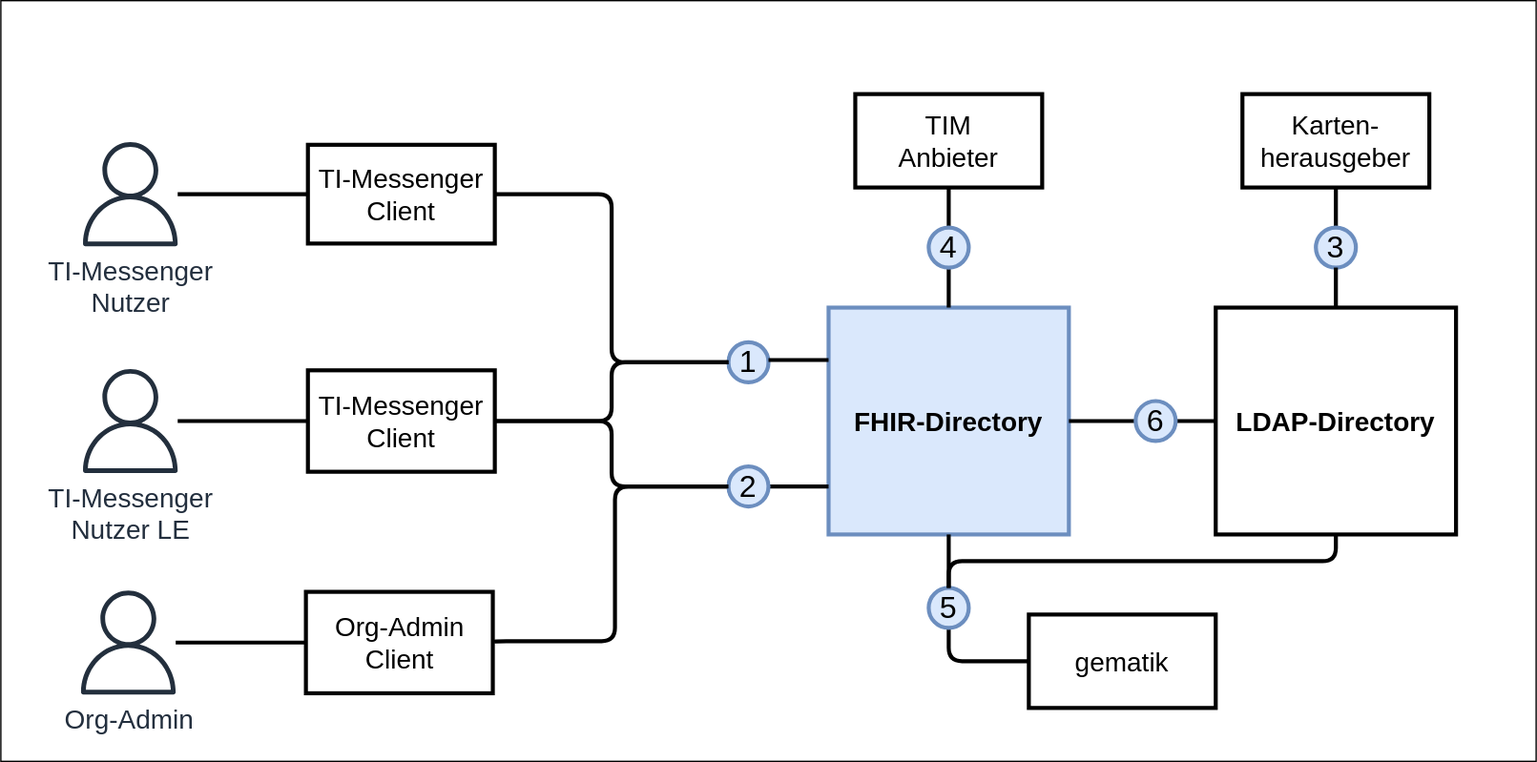
Above: images/FHIR-Directory_Systemkontext.svg in gematik/api-vzd (draw.io), before the change. Source tidied: cells renumbered, new cells last; positions are measured from the earlier drawing's top-left corner, leaving out a move shared by most shapes.
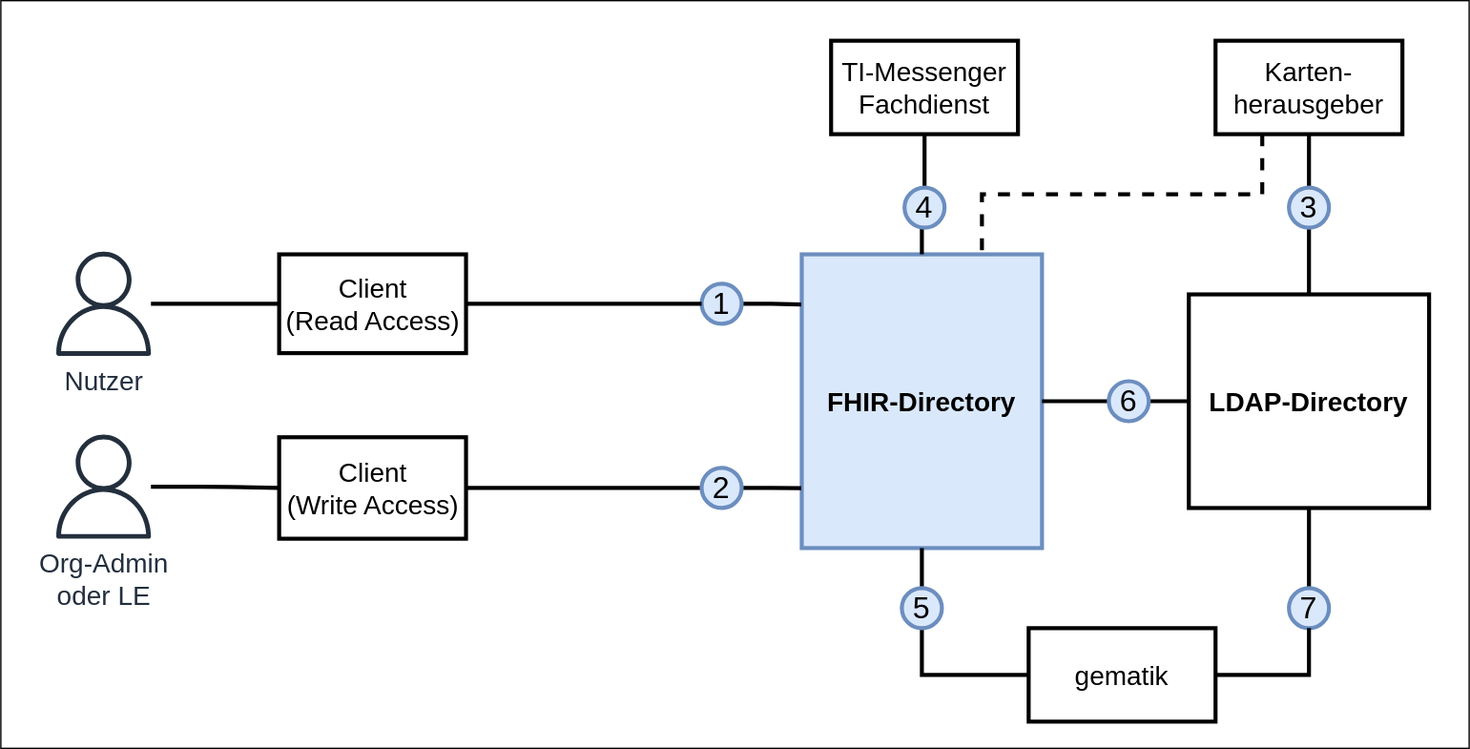
After the change.

Diff of the diagram source:
```diff
@@ -3,10 +3,10 @@
     <mxCell id="0" />
     <mxCell id="1" parent="0" />
     <mxCell id="2" style="rounded=0;whiteSpace=wrap;html=1;fontSize=16;strokeWidth=1;fillColor=none;" parent="1" vertex="1">
-      <mxGeometry width="1150" height="570" as="geometry" />
+      <mxGeometry x="20" y="20" width="1100" height="560" as="geometry" />
     </mxCell>
     <mxCell id="3" value="LDAP-Directory" style="rounded=0;whiteSpace=wrap;html=1;fillColor=#FFFFFF;strokeColor=#000000;strokeWidth=3;fontSize=20;fontStyle=1;" parent="1" vertex="1">
-      <mxGeometry x="910" y="230" width="180" height="170" as="geometry" />
+      <mxGeometry x="910" y="240" width="180" height="160" as="geometry" />
     </mxCell>
     <mxCell id="4" style="edgeStyle=orthogonalEdgeStyle;rounded=0;jettySize=auto;html=1;" parent="1" edge="1" source="5">
       <mxGeometry relative="1" as="geometry">
@@ -18,20 +18,14 @@
       </mxGeometry>
     </mxCell>
     <mxCell id="5" value="FHIR-Directory" style="rounded=0;whiteSpace=wrap;html=1;fillColor=#dae8fc;strokeColor=#6c8ebf;strokeWidth=3;fontSize=20;fontStyle=1;" parent="1" vertex="1">
-      <mxGeometry x="620" y="230" width="180" height="170" as="geometry" />
+      <mxGeometry x="620" y="210" width="180" height="220" as="geometry" />
     </mxCell>
     <mxCell id="6" style="edgeStyle=orthogonalEdgeStyle;curved=1;jettySize=auto;html=1;exitX=1;exitY=0.5;exitDx=0;exitDy=0;entryX=0;entryY=0.5;entryDx=0;entryDy=0;fontSize=16;endArrow=none;endFill=0;strokeWidth=3;fontStyle=0;" parent="1" edge="1" source="5" target="18">
       <mxGeometry relative="1" as="geometry" />
     </mxCell>
-    <mxCell id="7" value="TI-Messenger Client" style="rounded=0;whiteSpace=wrap;html=1;strokeWidth=3;fontSize=20;fontStyle=0;" parent="1" vertex="1">
-      <mxGeometry x="230" y="108" width="140" height="74" as="geometry" />
+    <mxCell id="7" value="Client&lt;br&gt;(Read Access)" style="rounded=0;whiteSpace=wrap;html=1;strokeWidth=3;fontSize=20;fontStyle=0;" parent="1" vertex="1">
+      <mxGeometry x="228.5" y="210" width="140" height="74" as="geometry" />
     </mxCell>
-    <mxCell id="8" style="edgeStyle=orthogonalEdgeStyle;jettySize=auto;html=1;exitX=1;exitY=0.5;exitDx=0;exitDy=0;entryX=0;entryY=0.5;entryDx=0;entryDy=0;fontSize=23;fontColor=#999999;endArrow=none;endFill=0;strokeColor=#000000;strokeWidth=3;rounded=1;" parent="1" edge="1" source="9" target="20">
-      <mxGeometry relative="1" as="geometry" />
-    </mxCell>
-    <mxCell id="9" value="TI-Messenger Client" style="rounded=0;whiteSpace=wrap;html=1;strokeWidth=3;fontSize=20;fontStyle=0;" parent="1" vertex="1">
-      <mxGeometry x="230" y="277" width="140" height="76" as="geometry" />
-    </mxCell>
     <mxCell id="10" style="edgeStyle=orthogonalEdgeStyle;curved=1;orthogonalLoop=1;jettySize=auto;html=1;exitX=1;exitY=0.5;exitDx=0;exitDy=0;entryX=0;entryY=0.5;entryDx=0;entryDy=0;fontSize=16;endArrow=none;endFill=0;strokeWidth=3;fontStyle=0;" parent="1" edge="1">
       <mxGeometry relative="1" as="geometry">
         <mxPoint x="1047" y="315" as="sourcePoint" />
@@ -42,36 +36,32 @@
         <mxPoint x="1047" y="225" as="sourcePoint" />
       </mxGeometry>
     </mxCell>
-    <mxCell id="12" style="edgeStyle=orthogonalEdgeStyle;rounded=1;jettySize=auto;html=1;entryX=0;entryY=0.5;entryDx=0;entryDy=0;fontSize=23;fontColor=#999999;endArrow=none;endFill=0;strokeColor=#000000;strokeWidth=3;" parent="1" edge="1" source="13" target="9">
-      <mxGeometry relative="1" as="geometry" />
-    </mxCell>
-    <mxCell id="13" value="TI-Messenger&lt;br&gt;Nutzer LE" style="sketch=0;outlineConnect=0;fontColor=#232F3E;gradientColor=none;fillColor=#232F3D;strokeColor=none;dashed=0;verticalLabelPosition=bottom;verticalAlign=top;align=center;html=1;fontSize=20;fontStyle=0;shape=mxgraph.aws4.user;" parent="1" vertex="1">
-      <mxGeometry x="58" y="276" width="78" height="78" as="geometry" />
-    </mxCell>
     <mxCell id="14" style="edgeStyle=orthogonalEdgeStyle;jettySize=auto;html=1;entryX=0.5;entryY=0;entryDx=0;entryDy=0;fontSize=20;endArrow=none;endFill=0;exitX=0.5;exitY=1;exitDx=0;exitDy=0;strokeWidth=3;fontStyle=0;rounded=1;" parent="1" edge="1" source="23" target="16">
       <mxGeometry relative="1" as="geometry" />
     </mxCell>
     <mxCell id="15" style="edgeStyle=orthogonalEdgeStyle;jettySize=auto;html=1;exitX=0.5;exitY=1;exitDx=0;exitDy=0;entryX=0.5;entryY=0;entryDx=0;entryDy=0;fontSize=16;endArrow=none;endFill=0;strokeWidth=3;fontStyle=0;rounded=1;" parent="1" edge="1" source="24" target="22">
       <mxGeometry relative="1" as="geometry" />
     </mxCell>
+    <mxCell id="41" style="edgeStyle=orthogonalEdgeStyle;rounded=0;jettySize=auto;html=1;entryX=0.5;entryY=0;entryDx=0;entryDy=0;endArrow=none;endFill=0;strokeWidth=3;" parent="1" edge="1" source="16" target="3">
+      <mxGeometry relative="1" as="geometry" />
+    </mxCell>
     <mxCell id="16" value="3" style="ellipse;whiteSpace=wrap;html=1;fontSize=23;strokeWidth=3;fontStyle=0;fillColor=#dae8fc;strokeColor=#6c8ebf;" parent="1" vertex="1">
-      <mxGeometry x="985" y="170" width="30" height="30" as="geometry" />
+      <mxGeometry x="985" y="160" width="30" height="30" as="geometry" />
     </mxCell>
-    <mxCell id="17" style="edgeStyle=orthogonalEdgeStyle;curved=1;jettySize=auto;html=1;exitX=1;exitY=0.5;exitDx=0;exitDy=0;entryX=0;entryY=0.5;entryDx=0;entryDy=0;fontSize=16;endArrow=none;endFill=0;strokeWidth=3;fontStyle=0;" parent="1" edge="1" source="18">
-      <mxGeometry relative="1" as="geometry">
-        <mxPoint x="910" y="315" as="targetPoint" />
-      </mxGeometry>
+    <mxCell id="17" style="edgeStyle=orthogonalEdgeStyle;curved=1;jettySize=auto;html=1;exitX=1;exitY=0.5;exitDx=0;exitDy=0;entryX=0;entryY=0.5;entryDx=0;entryDy=0;fontSize=16;endArrow=none;endFill=0;strokeWidth=3;fontStyle=0;" parent="1" edge="1" source="18" target="3">
+      <mxGeometry relative="1" as="geometry" />
     </mxCell>
     <mxCell id="18" value="6" style="ellipse;whiteSpace=wrap;html=1;fontSize=23;strokeWidth=3;fontStyle=0;fillColor=#dae8fc;strokeColor=#6c8ebf;" parent="1" vertex="1">
-      <mxGeometry x="850" y="300" width="30" height="30" as="geometry" />
+      <mxGeometry x="850" y="305" width="30" height="30" as="geometry" />
     </mxCell>
-    <mxCell id="19" style="edgeStyle=orthogonalEdgeStyle;curved=1;jettySize=auto;html=1;entryX=0;entryY=0.5;entryDx=0;entryDy=0;fontSize=16;endArrow=none;endFill=0;strokeWidth=3;fontStyle=0;" parent="1" edge="1" source="20">
-      <mxGeometry relative="1" as="geometry">
-        <mxPoint x="620" y="364" as="targetPoint" />
-      </mxGeometry>
-    </mxCell>
+    <mxCell id="42" style="edgeStyle=orthogonalEdgeStyle;rounded=0;jettySize=auto;html=1;entryX=-0.002;entryY=0.796;entryDx=0;entryDy=0;entryPerimeter=0;endArrow=none;endFill=0;strokeWidth=3;" parent="1" edge="1" source="20" target="5">
+      <mxGeometry relative="1" as="geometry" />
+    </mxCell>
+    <mxCell id="43" style="edgeStyle=orthogonalEdgeStyle;rounded=0;jettySize=auto;html=1;exitX=0;exitY=0.5;exitDx=0;exitDy=0;entryX=1;entryY=0.5;entryDx=0;entryDy=0;endArrow=none;endFill=0;strokeWidth=3;" parent="1" edge="1" source="20" target="37">
+      <mxGeometry relative="1" as="geometry" />
+    </mxCell>
     <mxCell id="20" value="&lt;font style=&quot;font-size: 23px&quot;&gt;&lt;span style=&quot;font-size: 23px&quot;&gt;2&lt;/span&gt;&lt;/font&gt;" style="ellipse;whiteSpace=wrap;html=1;fontSize=23;strokeWidth=3;fillColor=#dae8fc;strokeColor=#6c8ebf;fontStyle=0;" parent="1" vertex="1">
-      <mxGeometry x="545" y="349" width="30" height="30" as="geometry" />
+      <mxGeometry x="545" y="370" width="30" height="30" as="geometry" />
     </mxCell>
     <mxCell id="21" style="edgeStyle=orthogonalEdgeStyle;jettySize=auto;html=1;exitX=0.5;exitY=1;exitDx=0;exitDy=0;entryX=0.5;entryY=0;entryDx=0;entryDy=0;fontSize=20;endArrow=none;endFill=0;strokeWidth=3;fontStyle=0;rounded=1;" parent="1" edge="1" source="22" target="5">
       <mxGeometry relative="1" as="geometry">
@@ -81,90 +71,61 @@
       </mxGeometry>
     </mxCell>
     <mxCell id="22" value="4" style="ellipse;whiteSpace=wrap;html=1;fontSize=23;strokeWidth=3;fontStyle=0;fillColor=#dae8fc;strokeColor=#6c8ebf;" parent="1" vertex="1">
-      <mxGeometry x="695" y="170" width="30" height="30" as="geometry" />
+      <mxGeometry x="697" y="160" width="30" height="30" as="geometry" />
     </mxCell>
+    <mxCell id="44" style="edgeStyle=orthogonalEdgeStyle;rounded=0;jettySize=auto;html=1;exitX=0.25;exitY=1;exitDx=0;exitDy=0;entryX=0.75;entryY=0;entryDx=0;entryDy=0;endArrow=none;endFill=0;strokeWidth=3;dashed=1;" parent="1" edge="1" source="23" target="5">
+      <mxGeometry relative="1" as="geometry" />
+    </mxCell>
     <mxCell id="23" value="Karten-&lt;br style=&quot;font-size: 20px;&quot;&gt;herausgeber" style="rounded=0;whiteSpace=wrap;html=1;strokeWidth=3;fontSize=20;fontStyle=0;strokeColor=#000000;" parent="1" vertex="1">
-      <mxGeometry x="930" y="70" width="140" height="70" as="geometry" />
+      <mxGeometry x="930" y="50" width="140" height="70" as="geometry" />
     </mxCell>
-    <mxCell id="24" value="TIM&lt;br style=&quot;font-size: 20px&quot;&gt;Anbieter" style="rounded=0;whiteSpace=wrap;html=1;strokeWidth=3;fontSize=20;fontStyle=0;strokeColor=#000000;" parent="1" vertex="1">
-      <mxGeometry x="640" y="70" width="140" height="70" as="geometry" />
+    <mxCell id="24" value="TI-Messenger&lt;br style=&quot;font-size: 20px&quot;&gt;Fachdienst" style="rounded=0;whiteSpace=wrap;html=1;strokeWidth=3;fontSize=20;fontStyle=0;strokeColor=#000000;" parent="1" vertex="1">
+      <mxGeometry x="642" y="50" width="140" height="70" as="geometry" />
     </mxCell>
-    <mxCell id="25" style="edgeStyle=orthogonalEdgeStyle;rounded=1;jettySize=auto;html=1;exitX=0;exitY=0.5;exitDx=0;exitDy=0;entryX=0.5;entryY=1;entryDx=0;entryDy=0;fontSize=23;fontColor=#999999;endArrow=none;endFill=0;strokeColor=#000000;strokeWidth=3;" parent="1" edge="1" source="27" target="26">
-      <mxGeometry relative="1" as="geometry">
-        <Array as="points">
-          <mxPoint x="710" y="495" />
-        </Array>
-      </mxGeometry>
-    </mxCell>
+    <mxCell id="45" style="edgeStyle=orthogonalEdgeStyle;rounded=0;jettySize=auto;html=1;entryX=0;entryY=0.5;entryDx=0;entryDy=0;endArrow=none;endFill=0;strokeWidth=3;exitX=0.5;exitY=1;exitDx=0;exitDy=0;" parent="1" edge="1" source="26" target="27">
+      <mxGeometry relative="1" as="geometry" />
+    </mxCell>
+    <mxCell id="46" style="edgeStyle=orthogonalEdgeStyle;rounded=0;jettySize=auto;html=1;exitX=0.5;exitY=0;exitDx=0;exitDy=0;entryX=0.5;entryY=1;entryDx=0;entryDy=0;endArrow=none;endFill=0;strokeWidth=3;" parent="1" edge="1" source="26" target="5">
+      <mxGeometry relative="1" as="geometry" />
+    </mxCell>
     <mxCell id="26" value="5" style="ellipse;whiteSpace=wrap;html=1;fontSize=23;strokeWidth=3;fontStyle=0;fillColor=#dae8fc;strokeColor=#6c8ebf;" parent="1" vertex="1">
-      <mxGeometry x="695" y="440" width="30" height="30" as="geometry" />
+      <mxGeometry x="695" y="460" width="30" height="30" as="geometry" />
     </mxCell>
+    <mxCell id="47" style="edgeStyle=orthogonalEdgeStyle;rounded=0;jettySize=auto;html=1;exitX=0.5;exitY=0;exitDx=0;exitDy=0;entryX=0.5;entryY=1;entryDx=0;entryDy=0;endArrow=none;endFill=0;strokeWidth=3;startArrow=none;" parent="1" edge="1" source="49" target="3">
+      <mxGeometry relative="1" as="geometry" />
+    </mxCell>
     <mxCell id="27" value="gematik" style="rounded=0;whiteSpace=wrap;html=1;strokeWidth=3;fontSize=20;fontStyle=0;strokeColor=#000000;" parent="1" vertex="1">
-      <mxGeometry x="770" y="460" width="140" height="70" as="geometry" />
+      <mxGeometry x="790" y="490" width="140" height="70" as="geometry" />
     </mxCell>
-    <mxCell id="28" value="TI-Messenger&lt;br&gt;Nutzer" style="sketch=0;outlineConnect=0;fontColor=#232F3E;gradientColor=none;fillColor=#232F3D;strokeColor=none;dashed=0;verticalLabelPosition=bottom;verticalAlign=top;align=center;html=1;fontSize=20;fontStyle=0;shape=mxgraph.aws4.user;" parent="1" vertex="1">
-      <mxGeometry x="58" y="106" width="78" height="78" as="geometry" />
+    <mxCell id="28" value="Nutzer" style="sketch=0;outlineConnect=0;fontColor=#232F3E;gradientColor=none;fillColor=#232F3D;strokeColor=none;dashed=0;verticalLabelPosition=bottom;verticalAlign=top;align=center;html=1;fontSize=20;fontStyle=0;shape=mxgraph.aws4.user;" parent="1" vertex="1">
+      <mxGeometry x="58" y="208" width="78" height="78" as="geometry" />
     </mxCell>
     <mxCell id="29" style="edgeStyle=orthogonalEdgeStyle;rounded=1;jettySize=auto;html=1;entryX=0;entryY=0.5;entryDx=0;entryDy=0;fontSize=23;fontColor=#999999;endArrow=none;endFill=0;strokeColor=#000000;strokeWidth=3;" parent="1" edge="1" source="28" target="7">
       <mxGeometry relative="1" as="geometry" />
     </mxCell>
-    <mxCell id="30" style="edgeStyle=orthogonalEdgeStyle;jettySize=auto;html=1;exitX=0.5;exitY=0;exitDx=0;exitDy=0;entryX=0.5;entryY=1;entryDx=0;entryDy=0;fontSize=16;endArrow=none;endFill=0;strokeWidth=3;fontStyle=0;rounded=1;" parent="1" edge="1" source="3" target="16">
-      <mxGeometry relative="1" as="geometry">
-        <Array as="points">
-          <mxPoint x="1000" y="210" />
-          <mxPoint x="1000" y="210" />
-        </Array>
-      </mxGeometry>
-    </mxCell>
-    <mxCell id="31" style="edgeStyle=orthogonalEdgeStyle;rounded=1;jettySize=auto;html=1;exitX=0.5;exitY=1;exitDx=0;exitDy=0;entryX=0.5;entryY=0;entryDx=0;entryDy=0;fontSize=23;fontColor=#999999;endArrow=none;endFill=0;strokeColor=#000000;strokeWidth=3;" parent="1" edge="1" source="5" target="26">
-      <mxGeometry relative="1" as="geometry">
-        <Array as="points">
-          <mxPoint x="710" y="420" />
-          <mxPoint x="710" y="420" />
-        </Array>
-      </mxGeometry>
-    </mxCell>
+    <mxCell id="48" style="edgeStyle=orthogonalEdgeStyle;rounded=0;jettySize=auto;html=1;exitX=1;exitY=0.5;exitDx=0;exitDy=0;entryX=-0.002;entryY=0.171;entryDx=0;entryDy=0;entryPerimeter=0;endArrow=none;endFill=0;strokeWidth=3;" parent="1" edge="1" source="32" target="5">
+      <mxGeometry relative="1" as="geometry" />
+    </mxCell>
     <mxCell id="32" value="&lt;font style=&quot;font-size: 23px&quot;&gt;&lt;span style=&quot;font-size: 23px&quot;&gt;1&lt;/span&gt;&lt;/font&gt;" style="ellipse;whiteSpace=wrap;html=1;fontSize=23;strokeWidth=3;fillColor=#dae8fc;strokeColor=#6c8ebf;fontStyle=0;" parent="1" vertex="1">
-      <mxGeometry x="545" y="256" width="30" height="30" as="geometry" />
+      <mxGeometry x="545" y="232" width="30" height="30" as="geometry" />
     </mxCell>
-    <mxCell id="33" style="edgeStyle=orthogonalEdgeStyle;curved=1;orthogonalLoop=1;jettySize=auto;html=1;entryX=0;entryY=0.5;entryDx=0;entryDy=0;fontSize=16;endArrow=none;endFill=0;strokeWidth=3;fontStyle=0;" parent="1" edge="1">
-      <mxGeometry relative="1" as="geometry">
-        <mxPoint x="575" y="269.3" as="sourcePoint" />
-        <mxPoint x="620" y="269.3" as="targetPoint" />
-      </mxGeometry>
-    </mxCell>
     <mxCell id="34" style="edgeStyle=orthogonalEdgeStyle;rounded=1;jettySize=auto;html=1;entryX=0;entryY=0.5;entryDx=0;entryDy=0;fontSize=23;fontColor=#999999;endArrow=none;endFill=0;strokeColor=#000000;strokeWidth=3;exitX=1;exitY=0.5;exitDx=0;exitDy=0;" parent="1" edge="1" source="7" target="32">
       <mxGeometry relative="1" as="geometry" />
     </mxCell>
-    <mxCell id="35" style="edgeStyle=orthogonalEdgeStyle;jettySize=auto;html=1;exitX=0.5;exitY=0;exitDx=0;exitDy=0;entryX=0.5;entryY=1;entryDx=0;entryDy=0;fontSize=16;endArrow=none;endFill=0;strokeWidth=3;fontStyle=0;rounded=1;" parent="1" edge="1" target="3">
-      <mxGeometry relative="1" as="geometry">
-        <mxPoint x="710" y="440" as="sourcePoint" />
-        <Array as="points">
-          <mxPoint x="710" y="420" />
-          <mxPoint x="1000" y="420" />
-        </Array>
-      </mxGeometry>
-    </mxCell>
-    <mxCell id="36" style="edgeStyle=orthogonalEdgeStyle;jettySize=auto;html=1;exitX=1;exitY=0.5;exitDx=0;exitDy=0;entryX=0;entryY=0.5;entryDx=0;entryDy=0;fontSize=23;fontColor=#999999;endArrow=none;endFill=0;strokeColor=#000000;strokeWidth=3;rounded=1;" parent="1" edge="1" source="37" target="20">
-      <mxGeometry relative="1" as="geometry">
-        <Array as="points">
-          <mxPoint x="369" y="480" />
-          <mxPoint x="460" y="480" />
-          <mxPoint x="460" y="364" />
-        </Array>
-      </mxGeometry>
-    </mxCell>
-    <mxCell id="37" value="Org-Admin&lt;br&gt;Client" style="rounded=0;whiteSpace=wrap;html=1;strokeWidth=3;fontSize=20;fontStyle=0;" parent="1" vertex="1">
-      <mxGeometry x="228.5" y="443" width="140" height="76" as="geometry" />
+    <mxCell id="37" value="Client&lt;br&gt;(Write Access)" style="rounded=0;whiteSpace=wrap;html=1;strokeWidth=3;fontSize=20;fontStyle=0;" parent="1" vertex="1">
+      <mxGeometry x="228.5" y="347" width="140" height="76" as="geometry" />
     </mxCell>
     <mxCell id="38" style="edgeStyle=orthogonalEdgeStyle;rounded=1;jettySize=auto;html=1;entryX=0;entryY=0.5;entryDx=0;entryDy=0;fontSize=23;fontColor=#999999;endArrow=none;endFill=0;strokeColor=#000000;strokeWidth=3;" parent="1" edge="1" source="39" target="37">
       <mxGeometry relative="1" as="geometry" />
     </mxCell>
-    <mxCell id="39" value="Org-Admin" style="sketch=0;outlineConnect=0;fontColor=#232F3E;gradientColor=none;fillColor=#232F3D;strokeColor=none;dashed=0;verticalLabelPosition=bottom;verticalAlign=top;align=center;html=1;fontSize=20;fontStyle=0;shape=mxgraph.aws4.user;" parent="1" vertex="1">
-      <mxGeometry x="56.5" y="442" width="78" height="78" as="geometry" />
+    <mxCell id="39" value="Org-Admin&lt;br&gt;oder LE" style="sketch=0;outlineConnect=0;fontColor=#232F3E;gradientColor=none;fillColor=#232F3D;strokeColor=none;dashed=0;verticalLabelPosition=bottom;verticalAlign=top;align=center;html=1;fontSize=20;fontStyle=0;shape=mxgraph.aws4.user;" parent="1" vertex="1">
+      <mxGeometry x="58" y="345" width="78" height="78" as="geometry" />
     </mxCell>
-    <mxCell id="40" style="edgeStyle=orthogonalEdgeStyle;jettySize=auto;html=1;exitX=1;exitY=0.5;exitDx=0;exitDy=0;entryX=0;entryY=0.5;entryDx=0;entryDy=0;fontSize=23;fontColor=#999999;endArrow=none;endFill=0;strokeColor=#000000;strokeWidth=3;rounded=1;" parent="1" edge="1" source="9" target="32">
-      <mxGeometry relative="1" as="geometry" />
-    </mxCell>
+    <mxCell id="49" value="7" style="ellipse;whiteSpace=wrap;html=1;fontSize=23;strokeWidth=3;fontStyle=0;fillColor=#dae8fc;strokeColor=#6c8ebf;" parent="1" vertex="1">
+      <mxGeometry x="985" y="460" width="30" height="30" as="geometry" />
+    </mxCell>
+    <mxCell id="50" style="edgeStyle=orthogonalEdgeStyle;rounded=0;jettySize=auto;html=1;exitX=1;exitY=0.5;exitDx=0;exitDy=0;entryX=0.5;entryY=1;entryDx=0;entryDy=0;endArrow=none;endFill=0;strokeWidth=3;" parent="1" edge="1" source="27" target="49">
+      <mxGeometry relative="1" as="geometry" />
+    </mxCell>
   </root>
 </mxGraphModel>
```
